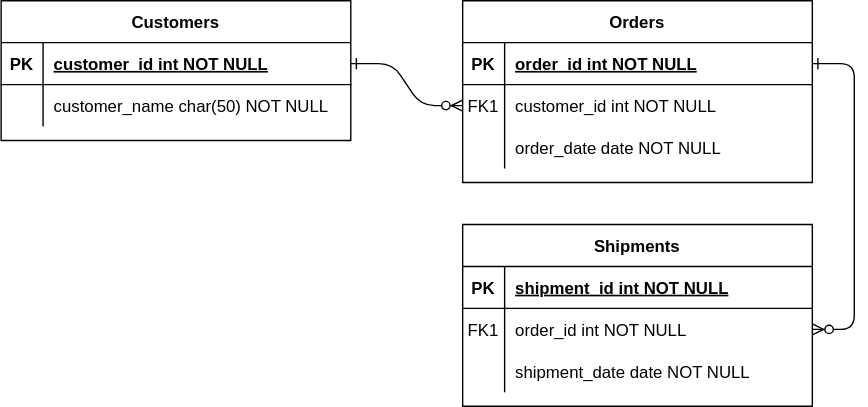
Before: boarding-express/boardingExpress ERD.drawio.svg, a diagram exported from draw.io (6161990/T-Express). Source tidied: cells renumbered, new cells last; positions are measured from the earlier drawing's top-left corner, leaving out a move shared by most shapes.
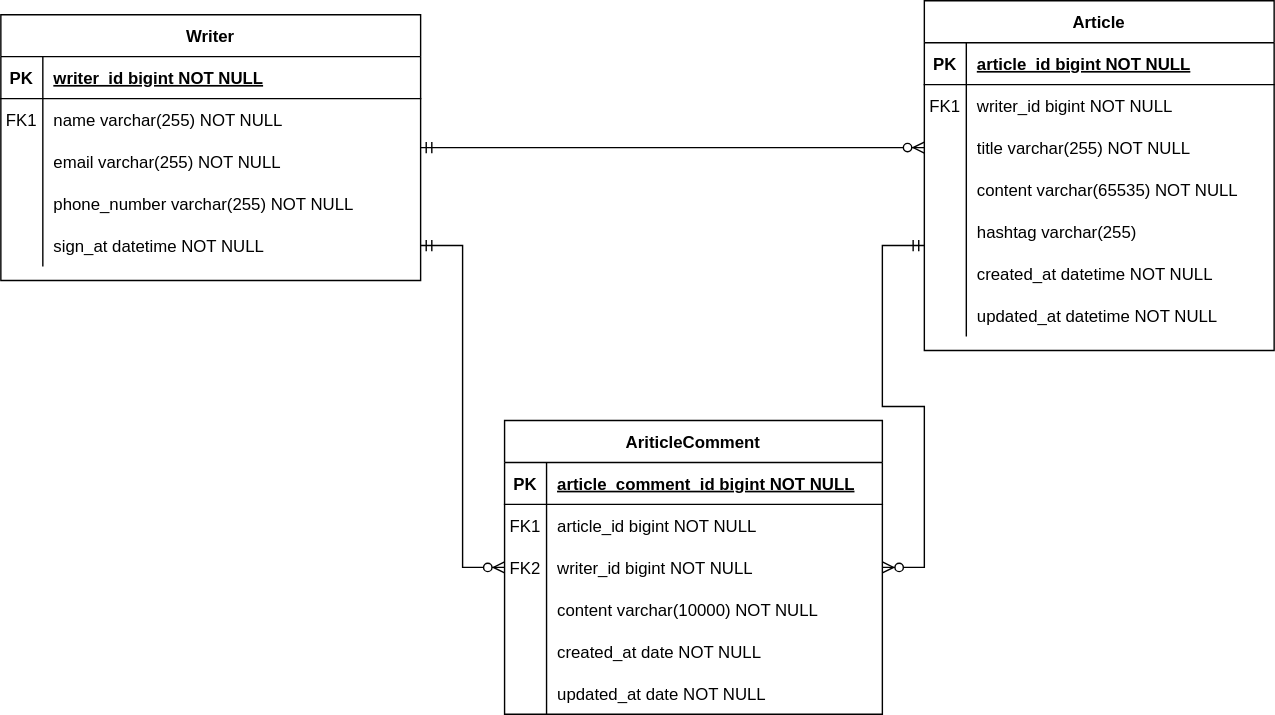
The same diagram one commit later.

What changed in the source:
```diff
@@ -2,74 +2,113 @@
   <root>
     <mxCell id="0" />
     <mxCell id="1" parent="0" />
-    <mxCell id="2" style="edgeStyle=entityRelationEdgeStyle;endArrow=ERzeroToMany;startArrow=ERone;endFill=1;startFill=0;" parent="1" edge="1" source="25" target="8">
-      <mxGeometry relative="1" as="geometry" />
-    </mxCell>
-    <mxCell id="3" style="edgeStyle=entityRelationEdgeStyle;endArrow=ERzeroToMany;startArrow=ERone;endFill=1;startFill=0;" parent="1" edge="1" source="5" target="18">
-      <mxGeometry relative="1" as="geometry" />
-    </mxCell>
-    <mxCell id="4" value="Orders" style="shape=table;startSize=30;rowLines=0;fontStyle=1;align=center;" parent="1" vertex="1">
-      <mxGeometry x="330" width="250" height="130" as="geometry" />
+    <mxCell id="4" value="Writer" style="shape=table;startSize=30;rowLines=0;fontStyle=1;align=center;" parent="1" vertex="1">
+      <mxGeometry x="-200" y="-50" width="300" height="190" as="geometry" />
     </mxCell>
     <mxCell id="5" style="shape=partialRectangle;fillColor=none;points=[[0,0.5],[1,0.5]];portConstraint=eastwest;top=0;left=0;right=0;bottom=1;" parent="4" vertex="1">
-      <mxGeometry y="30" width="250" height="30" as="geometry" />
+      <mxGeometry y="30" width="300" height="30" as="geometry" />
     </mxCell>
     <mxCell id="6" value="PK" style="shape=partialRectangle;overflow=hidden;fillColor=none;top=0;left=0;bottom=0;right=0;fontStyle=1;" parent="5" vertex="1">
       <mxGeometry width="30" height="30" as="geometry" />
     </mxCell>
-    <mxCell id="7" value="order_id int NOT NULL " style="shape=partialRectangle;overflow=hidden;fillColor=none;top=0;left=0;bottom=0;right=0;align=left;spacingLeft=6;fontStyle=5;" parent="5" vertex="1">
-      <mxGeometry x="30" width="220" height="30" as="geometry" />
+    <mxCell id="7" value="writer_id bigint NOT NULL " style="shape=partialRectangle;overflow=hidden;fillColor=none;top=0;left=0;bottom=0;right=0;align=left;spacingLeft=6;fontStyle=5;" parent="5" vertex="1">
+      <mxGeometry x="30" width="270" height="30" as="geometry" />
     </mxCell>
     <mxCell id="8" style="shape=partialRectangle;fillColor=none;points=[[0,0.5],[1,0.5]];portConstraint=eastwest;top=0;left=0;right=0;bottom=0;" parent="4" vertex="1">
-      <mxGeometry y="60" width="250" height="30" as="geometry" />
+      <mxGeometry y="60" width="300" height="30" as="geometry" />
     </mxCell>
     <mxCell id="9" value="FK1" style="shape=partialRectangle;overflow=hidden;fillColor=none;top=0;left=0;bottom=0;right=0;" parent="8" vertex="1">
       <mxGeometry width="30" height="30" as="geometry" />
     </mxCell>
-    <mxCell id="10" value="customer_id int NOT NULL" style="shape=partialRectangle;overflow=hidden;fillColor=none;top=0;left=0;bottom=0;right=0;align=left;spacingLeft=6;" parent="8" vertex="1">
-      <mxGeometry x="30" width="220" height="30" as="geometry" />
+    <mxCell id="10" value="name varchar(255) NOT NULL" style="shape=partialRectangle;overflow=hidden;fillColor=none;top=0;left=0;bottom=0;right=0;align=left;spacingLeft=6;" parent="8" vertex="1">
+      <mxGeometry x="30" width="270" height="30" as="geometry" />
     </mxCell>
+    <mxCell id="31" style="shape=partialRectangle;fillColor=none;top=0;left=0;right=0;bottom=0;" parent="4" vertex="1">
+      <mxGeometry y="90" width="300" height="30" as="geometry" />
+    </mxCell>
+    <mxCell id="32" style="shape=partialRectangle;overflow=hidden;fillColor=none;top=0;left=0;bottom=0;right=0;" parent="31" vertex="1">
+      <mxGeometry width="30" height="30" as="geometry" />
+    </mxCell>
+    <mxCell id="33" value="email varchar(255) NOT NULL" style="shape=partialRectangle;overflow=hidden;fillColor=none;top=0;left=0;bottom=0;right=0;align=left;spacingLeft=6;" parent="31" vertex="1">
+      <mxGeometry x="30" width="270" height="30" as="geometry" />
+    </mxCell>
+    <mxCell id="34" style="shape=partialRectangle;fillColor=none;top=0;left=0;right=0;bottom=0;" parent="4" vertex="1">
+      <mxGeometry y="120" width="300" height="30" as="geometry" />
+    </mxCell>
+    <mxCell id="35" style="shape=partialRectangle;overflow=hidden;fillColor=none;top=0;left=0;bottom=0;right=0;" parent="34" vertex="1">
+      <mxGeometry width="30" height="30" as="geometry" />
+    </mxCell>
+    <mxCell id="36" value="phone_number varchar(255) NOT NULL" style="shape=partialRectangle;overflow=hidden;fillColor=none;top=0;left=0;bottom=0;right=0;align=left;spacingLeft=6;" parent="34" vertex="1">
+      <mxGeometry x="30" width="270" height="30" as="geometry" />
+    </mxCell>
     <mxCell id="11" style="shape=partialRectangle;fillColor=none;points=[[0,0.5],[1,0.5]];portConstraint=eastwest;top=0;left=0;right=0;bottom=0;" parent="4" vertex="1">
-      <mxGeometry y="90" width="250" height="30" as="geometry" />
+      <mxGeometry y="150" width="300" height="30" as="geometry" />
     </mxCell>
     <mxCell id="12" style="shape=partialRectangle;overflow=hidden;fillColor=none;top=0;left=0;bottom=0;right=0;" parent="11" vertex="1">
       <mxGeometry width="30" height="30" as="geometry" />
     </mxCell>
-    <mxCell id="13" value="order_date date NOT NULL" style="shape=partialRectangle;overflow=hidden;fillColor=none;top=0;left=0;bottom=0;right=0;align=left;spacingLeft=6;" parent="11" vertex="1">
-      <mxGeometry x="30" width="220" height="30" as="geometry" />
+    <mxCell id="13" value="sign_at datetime NOT NULL" style="shape=partialRectangle;overflow=hidden;fillColor=none;top=0;left=0;bottom=0;right=0;align=left;spacingLeft=6;" parent="11" vertex="1">
+      <mxGeometry x="30" width="270" height="30" as="geometry" />
     </mxCell>
-    <mxCell id="14" value="Shipments" style="shape=table;startSize=30;rowLines=0;fontStyle=1;align=center;" parent="1" vertex="1">
-      <mxGeometry x="330" y="160" width="250" height="130" as="geometry" />
+    <mxCell id="14" value="AriticleComment" style="shape=table;startSize=30;rowLines=0;fontStyle=1;align=center;" parent="1" vertex="1">
+      <mxGeometry x="160" y="240" width="270" height="210" as="geometry" />
     </mxCell>
     <mxCell id="15" style="shape=partialRectangle;fillColor=none;top=0;left=0;right=0;bottom=1;" parent="14" vertex="1">
-      <mxGeometry y="30" width="250" height="30" as="geometry" />
+      <mxGeometry y="30" width="270" height="30" as="geometry" />
     </mxCell>
     <mxCell id="16" value="PK" style="shape=partialRectangle;overflow=hidden;fillColor=none;top=0;left=0;bottom=0;right=0;fontStyle=1;" parent="15" vertex="1">
       <mxGeometry width="30" height="30" as="geometry" />
     </mxCell>
-    <mxCell id="17" value="shipment_id int NOT NULL " style="shape=partialRectangle;overflow=hidden;fillColor=none;top=0;left=0;bottom=0;right=0;align=left;spacingLeft=6;fontStyle=5;" parent="15" vertex="1">
-      <mxGeometry x="30" width="220" height="30" as="geometry" />
+    <mxCell id="17" value="article_comment_id bigint NOT NULL " style="shape=partialRectangle;overflow=hidden;fillColor=none;top=0;left=0;bottom=0;right=0;align=left;spacingLeft=6;fontStyle=5;" parent="15" vertex="1">
+      <mxGeometry x="30" width="240" height="30" as="geometry" />
     </mxCell>
     <mxCell id="18" style="shape=partialRectangle;fillColor=none;points=[[0,0.5],[1,0.5]];portConstraint=eastwest;top=0;left=0;right=0;bottom=0;" parent="14" vertex="1">
-      <mxGeometry y="60" width="250" height="30" as="geometry" />
+      <mxGeometry y="60" width="270" height="30" as="geometry" />
     </mxCell>
     <mxCell id="19" value="FK1" style="shape=partialRectangle;overflow=hidden;fillColor=none;top=0;left=0;bottom=0;right=0;" parent="18" vertex="1">
       <mxGeometry width="30" height="30" as="geometry" />
     </mxCell>
-    <mxCell id="20" value="order_id int NOT NULL" style="shape=partialRectangle;overflow=hidden;fillColor=none;top=0;left=0;bottom=0;right=0;align=left;spacingLeft=6;" parent="18" vertex="1">
-      <mxGeometry x="30" width="220" height="30" as="geometry" />
+    <mxCell id="20" value="article_id bigint NOT NULL" style="shape=partialRectangle;overflow=hidden;fillColor=none;top=0;left=0;bottom=0;right=0;align=left;spacingLeft=6;" parent="18" vertex="1">
+      <mxGeometry x="30" width="240" height="30" as="geometry" />
     </mxCell>
     <mxCell id="21" style="shape=partialRectangle;fillColor=none;points=[[0,0.5],[1,0.5]];portConstraint=eastwest;top=0;left=0;right=0;bottom=0;" parent="14" vertex="1">
-      <mxGeometry y="90" width="250" height="30" as="geometry" />
+      <mxGeometry y="90" width="270" height="30" as="geometry" />
     </mxCell>
-    <mxCell id="22" style="shape=partialRectangle;overflow=hidden;fillColor=none;top=0;left=0;bottom=0;right=0;" parent="21" vertex="1">
+    <mxCell id="22" value="FK2" style="shape=partialRectangle;overflow=hidden;fillColor=none;top=0;left=0;bottom=0;right=0;" parent="21" vertex="1">
       <mxGeometry width="30" height="30" as="geometry" />
     </mxCell>
-    <mxCell id="23" value="shipment_date date NOT NULL" style="shape=partialRectangle;overflow=hidden;fillColor=none;top=0;left=0;bottom=0;right=0;align=left;spacingLeft=6;" parent="21" vertex="1">
-      <mxGeometry x="30" width="220" height="30" as="geometry" />
+    <mxCell id="23" value="writer_id bigint NOT NULL" style="shape=partialRectangle;overflow=hidden;fillColor=none;top=0;left=0;bottom=0;right=0;align=left;spacingLeft=6;" parent="21" vertex="1">
+      <mxGeometry x="30" width="240" height="30" as="geometry" />
     </mxCell>
+    <mxCell id="37" style="shape=partialRectangle;fillColor=none;top=0;left=0;right=0;bottom=0;" parent="14" vertex="1">
+      <mxGeometry y="120" width="270" height="30" as="geometry" />
+    </mxCell>
+    <mxCell id="38" style="shape=partialRectangle;overflow=hidden;fillColor=none;top=0;left=0;bottom=0;right=0;" parent="37" vertex="1">
+      <mxGeometry width="30" height="30" as="geometry" />
+    </mxCell>
+    <mxCell id="39" value="content varchar(10000) NOT NULL" style="shape=partialRectangle;overflow=hidden;fillColor=none;top=0;left=0;bottom=0;right=0;align=left;spacingLeft=6;" parent="37" vertex="1">
+      <mxGeometry x="30" width="240" height="30" as="geometry" />
+    </mxCell>
+    <mxCell id="40" style="shape=partialRectangle;fillColor=none;top=0;left=0;right=0;bottom=0;" parent="14" vertex="1">
+      <mxGeometry y="150" width="270" height="30" as="geometry" />
+    </mxCell>
+    <mxCell id="41" style="shape=partialRectangle;overflow=hidden;fillColor=none;top=0;left=0;bottom=0;right=0;" parent="40" vertex="1">
+      <mxGeometry width="30" height="30" as="geometry" />
+    </mxCell>
+    <mxCell id="42" value="created_at date NOT NULL" style="shape=partialRectangle;overflow=hidden;fillColor=none;top=0;left=0;bottom=0;right=0;align=left;spacingLeft=6;" parent="40" vertex="1">
+      <mxGeometry x="30" width="240" height="30" as="geometry" />
+    </mxCell>
+    <mxCell id="43" style="shape=partialRectangle;fillColor=none;top=0;left=0;right=0;bottom=0;" parent="14" vertex="1">
+      <mxGeometry y="180" width="270" height="30" as="geometry" />
+    </mxCell>
+    <mxCell id="44" style="shape=partialRectangle;overflow=hidden;fillColor=none;top=0;left=0;bottom=0;right=0;" parent="43" vertex="1">
+      <mxGeometry width="30" height="30" as="geometry" />
+    </mxCell>
+    <mxCell id="45" value="updated_at date NOT NULL" style="shape=partialRectangle;overflow=hidden;fillColor=none;top=0;left=0;bottom=0;right=0;align=left;spacingLeft=6;" parent="43" vertex="1">
+      <mxGeometry x="30" width="240" height="30" as="geometry" />
+    </mxCell>
-    <mxCell id="24" value="Customers" style="shape=table;startSize=30;rowLines=0;fontStyle=1;align=center;" parent="1" vertex="1">
-      <mxGeometry width="250" height="100" as="geometry" />
+    <mxCell id="24" value="Article" style="shape=table;startSize=30;rowLines=0;fontStyle=1;align=center;" parent="1" vertex="1">
+      <mxGeometry x="460" y="-60" width="250" height="250" as="geometry" />
     </mxCell>
     <mxCell id="25" style="shape=partialRectangle;fillColor=none;points=[[0,0.5],[1,0.5]];portConstraint=eastwest;top=0;left=0;right=0;bottom=1;" parent="24" vertex="1">
       <mxGeometry y="30" width="250" height="30" as="geometry" />
@@ -77,17 +116,71 @@
     <mxCell id="26" value="PK" style="shape=partialRectangle;overflow=hidden;fillColor=none;top=0;left=0;bottom=0;right=0;fontStyle=1;" parent="25" vertex="1">
       <mxGeometry width="30" height="30" as="geometry" />
     </mxCell>
-    <mxCell id="27" value="customer_id int NOT NULL " style="shape=partialRectangle;overflow=hidden;fillColor=none;top=0;left=0;bottom=0;right=0;align=left;spacingLeft=6;fontStyle=5;" parent="25" vertex="1">
+    <mxCell id="27" value="article_id bigint NOT NULL " style="shape=partialRectangle;overflow=hidden;fillColor=none;top=0;left=0;bottom=0;right=0;align=left;spacingLeft=6;fontStyle=5;" parent="25" vertex="1">
       <mxGeometry x="30" width="220" height="30" as="geometry" />
     </mxCell>
     <mxCell id="28" style="shape=partialRectangle;fillColor=none;top=0;left=0;right=0;bottom=0;" parent="24" vertex="1">
       <mxGeometry y="60" width="250" height="30" as="geometry" />
     </mxCell>
-    <mxCell id="29" style="shape=partialRectangle;overflow=hidden;fillColor=none;top=0;left=0;bottom=0;right=0;" parent="28" vertex="1">
+    <mxCell id="29" value="FK1" style="shape=partialRectangle;overflow=hidden;fillColor=none;top=0;left=0;bottom=0;right=0;" parent="28" vertex="1">
       <mxGeometry width="30" height="30" as="geometry" />
     </mxCell>
-    <mxCell id="30" value="customer_name char(50) NOT NULL" style="shape=partialRectangle;overflow=hidden;fillColor=none;top=0;left=0;bottom=0;right=0;align=left;spacingLeft=6;" parent="28" vertex="1">
+    <mxCell id="30" value="writer_id bigint NOT NULL" style="shape=partialRectangle;overflow=hidden;fillColor=none;top=0;left=0;bottom=0;right=0;align=left;spacingLeft=6;" parent="28" vertex="1">
       <mxGeometry x="30" width="220" height="30" as="geometry" />
     </mxCell>
+    <mxCell id="46" style="shape=partialRectangle;fillColor=none;points=[[0,0.5],[1,0.5]];portConstraint=eastwest;top=0;left=0;right=0;bottom=0;" parent="24" vertex="1">
+      <mxGeometry y="90" width="250" height="30" as="geometry" />
+    </mxCell>
+    <mxCell id="47" style="shape=partialRectangle;overflow=hidden;fillColor=none;top=0;left=0;bottom=0;right=0;" parent="46" vertex="1">
+      <mxGeometry width="30" height="30" as="geometry" />
+    </mxCell>
+    <mxCell id="48" value="title varchar(255) NOT NULL" style="shape=partialRectangle;overflow=hidden;fillColor=none;top=0;left=0;bottom=0;right=0;align=left;spacingLeft=6;" parent="46" vertex="1">
+      <mxGeometry x="30" width="220" height="30" as="geometry" />
+    </mxCell>
+    <mxCell id="49" style="shape=partialRectangle;fillColor=none;top=0;left=0;right=0;bottom=0;" parent="24" vertex="1">
+      <mxGeometry y="120" width="250" height="30" as="geometry" />
+    </mxCell>
+    <mxCell id="50" style="shape=partialRectangle;overflow=hidden;fillColor=none;top=0;left=0;bottom=0;right=0;" parent="49" vertex="1">
+      <mxGeometry width="30" height="30" as="geometry" />
+    </mxCell>
+    <mxCell id="51" value="content varchar(65535) NOT NULL" style="shape=partialRectangle;overflow=hidden;fillColor=none;top=0;left=0;bottom=0;right=0;align=left;spacingLeft=6;" parent="49" vertex="1">
+      <mxGeometry x="30" width="220" height="30" as="geometry" />
+    </mxCell>
+    <mxCell id="52" style="shape=partialRectangle;fillColor=none;points=[[0,0.5],[1,0.5]];portConstraint=eastwest;top=0;left=0;right=0;bottom=0;" parent="24" vertex="1">
+      <mxGeometry y="150" width="250" height="30" as="geometry" />
+    </mxCell>
+    <mxCell id="53" style="shape=partialRectangle;overflow=hidden;fillColor=none;top=0;left=0;bottom=0;right=0;" parent="52" vertex="1">
+      <mxGeometry width="30" height="30" as="geometry" />
+    </mxCell>
+    <mxCell id="54" value="hashtag varchar(255)" style="shape=partialRectangle;overflow=hidden;fillColor=none;top=0;left=0;bottom=0;right=0;align=left;spacingLeft=6;" parent="52" vertex="1">
+      <mxGeometry x="30" width="220" height="30" as="geometry" />
+    </mxCell>
+    <mxCell id="55" style="shape=partialRectangle;fillColor=none;top=0;left=0;right=0;bottom=0;" parent="24" vertex="1">
+      <mxGeometry y="180" width="250" height="30" as="geometry" />
+    </mxCell>
+    <mxCell id="56" style="shape=partialRectangle;overflow=hidden;fillColor=none;top=0;left=0;bottom=0;right=0;" parent="55" vertex="1">
+      <mxGeometry width="30" height="30" as="geometry" />
+    </mxCell>
+    <mxCell id="57" value="created_at datetime NOT NULL" style="shape=partialRectangle;overflow=hidden;fillColor=none;top=0;left=0;bottom=0;right=0;align=left;spacingLeft=6;" parent="55" vertex="1">
+      <mxGeometry x="30" width="220" height="30" as="geometry" />
+    </mxCell>
+    <mxCell id="58" style="shape=partialRectangle;fillColor=none;top=0;left=0;right=0;bottom=0;" parent="24" vertex="1">
+      <mxGeometry y="210" width="250" height="30" as="geometry" />
+    </mxCell>
+    <mxCell id="59" style="shape=partialRectangle;overflow=hidden;fillColor=none;top=0;left=0;bottom=0;right=0;" parent="58" vertex="1">
+      <mxGeometry width="30" height="30" as="geometry" />
+    </mxCell>
+    <mxCell id="60" value="updated_at datetime NOT NULL" style="shape=partialRectangle;overflow=hidden;fillColor=none;top=0;left=0;bottom=0;right=0;align=left;spacingLeft=6;" parent="58" vertex="1">
+      <mxGeometry x="30" width="220" height="30" as="geometry" />
+    </mxCell>
+    <mxCell id="61" style="edgeStyle=entityRelationEdgeStyle;fontSize=12;html=1;endArrow=ERzeroToMany;startArrow=ERmandOne;rounded=0;entryX=0;entryY=0.5;entryDx=0;entryDy=0;" parent="1" edge="1" source="4" target="46">
+      <mxGeometry relative="1" as="geometry" />
+    </mxCell>
+    <mxCell id="62" style="edgeStyle=entityRelationEdgeStyle;fontSize=12;html=1;endArrow=ERzeroToMany;startArrow=ERmandOne;rounded=0;exitX=0;exitY=0.833;exitDx=0;exitDy=0;exitPerimeter=0;" parent="1" edge="1" source="52" target="14">
+      <mxGeometry relative="1" as="geometry" />
+    </mxCell>
+    <mxCell id="63" style="edgeStyle=entityRelationEdgeStyle;fontSize=12;html=1;endArrow=ERzeroToMany;startArrow=ERmandOne;rounded=0;entryX=0;entryY=0.5;entryDx=0;entryDy=0;" parent="1" edge="1" source="11" target="21">
+      <mxGeometry relative="1" as="geometry" />
+    </mxCell>
   </root>
 </mxGraphModel>
```
